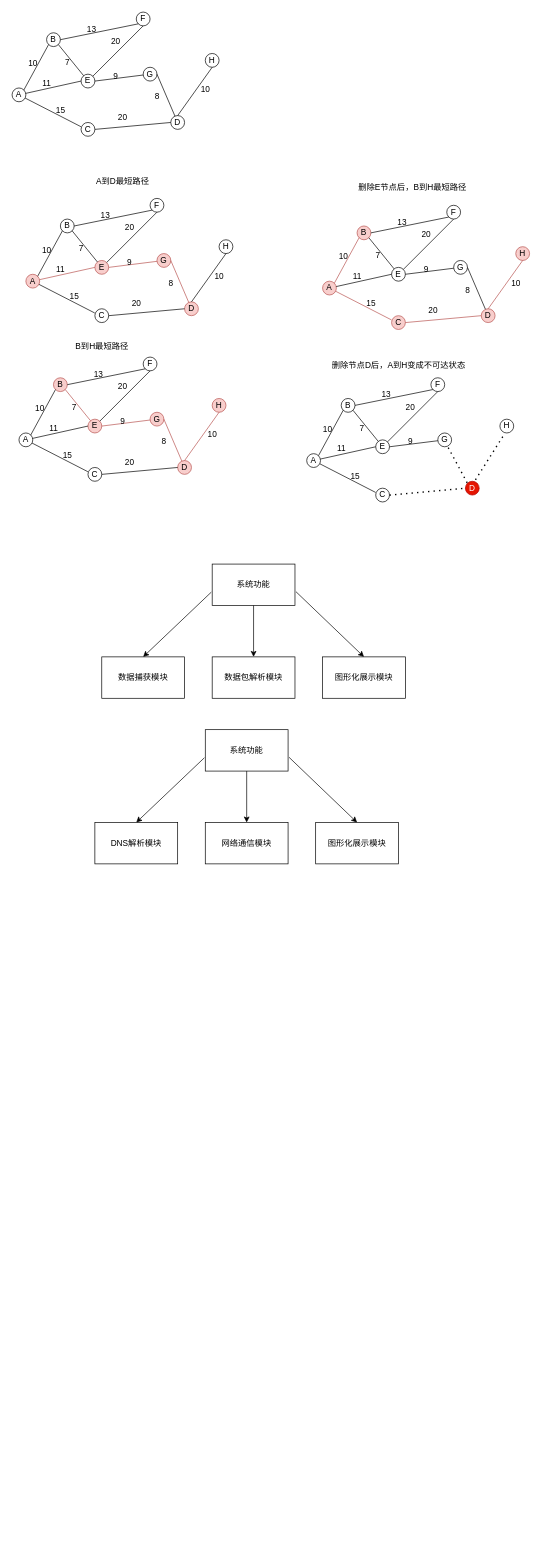
yyy-router/drawio keeps this draw.io diagram as homework.drawio. Above is the earlier version. Source tidied: cells renumbered, new cells numbered last; positions are measured from the earlier drawing's top-left corner, leaving out a move shared by most shapes. Both pictures are drawn from the tidied source at 69%, with x=0, y=0 at pixel (12, 12).
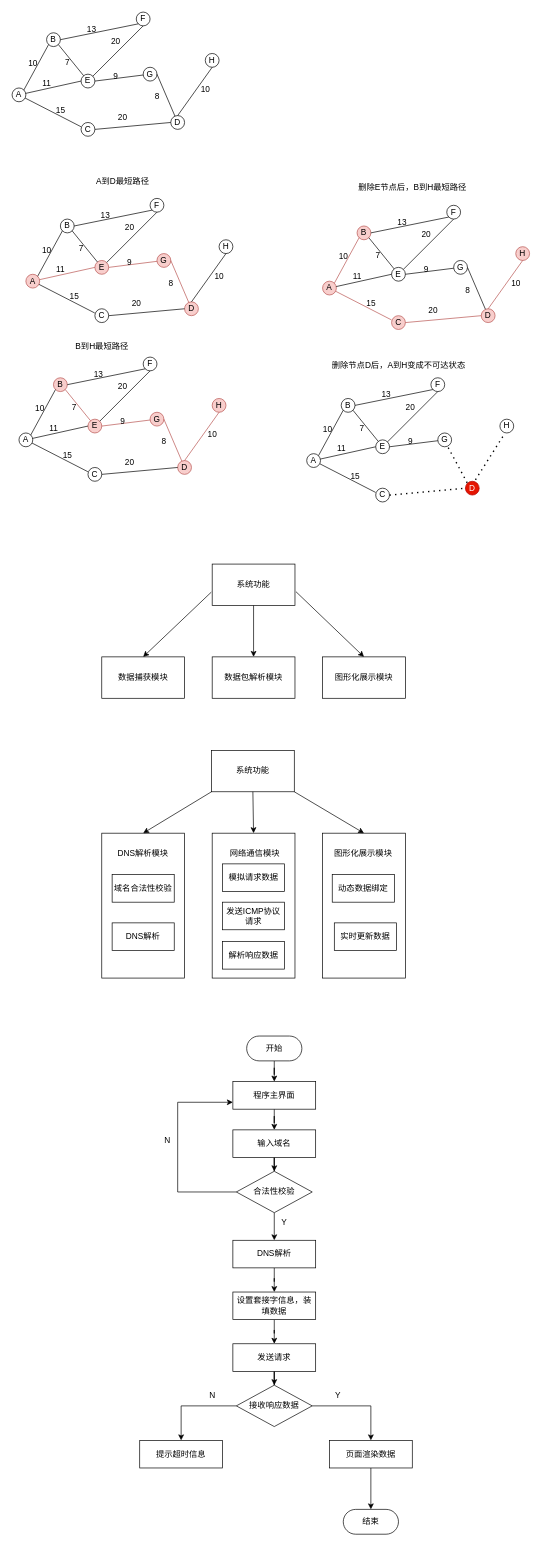
The same page after the edit.

Diff of the diagram source:
```diff
@@
+    <mxCell id="157" style="rounded=0;whiteSpace=wrap;html=1;" parent="1" vertex="1">
+      <mxGeometry x="130" y="1190" width="120" height="210" as="geometry" />
+    </mxCell>
@@
+    <mxCell id="153" value="系统功能" style="rounded=0;whiteSpace=wrap;html=1;" parent="1" vertex="1">
+      <mxGeometry x="289" y="1070" width="120" height="60" as="geometry" />
+    </mxCell>
-    <mxCell id="150" value="DNS解析模块" style="rounded=0;whiteSpace=wrap;html=1;" parent="1" vertex="1">
-      <mxGeometry x="120" y="1174.5" width="120" height="60" as="geometry" />
+    <mxCell id="150" value="DNS解析模块" style="text;html=1;align=center;verticalAlign=middle;whiteSpace=wrap;rounded=0;" parent="1" vertex="1">
+      <mxGeometry x="145" y="1204.5" width="90" height="30" as="geometry" />
     </mxCell>
+    <mxCell id="158" value="域名合法性校验" style="rounded=0;whiteSpace=wrap;html=1;" parent="1" vertex="1">
+      <mxGeometry x="145" y="1250" width="90" height="40" as="geometry" />
+    </mxCell>
+    <mxCell id="159" value="DNS解析" style="rounded=0;whiteSpace=wrap;html=1;" parent="1" vertex="1">
+      <mxGeometry x="145" y="1320" width="90" height="40" as="geometry" />
+    </mxCell>
+    <mxCell id="160" style="rounded=0;whiteSpace=wrap;html=1;" parent="1" vertex="1">
+      <mxGeometry x="290" y="1190" width="120" height="210" as="geometry" />
+    </mxCell>
-    <mxCell id="151" value="网络通信模块" style="rounded=0;whiteSpace=wrap;html=1;" parent="1" vertex="1">
-      <mxGeometry x="280" y="1174.5" width="120" height="60" as="geometry" />
+    <mxCell id="151" value="网络通信模块" style="text;html=1;align=center;verticalAlign=middle;whiteSpace=wrap;rounded=0;" parent="1" vertex="1">
+      <mxGeometry x="314" y="1204.5" width="76" height="30" as="geometry" />
     </mxCell>
+    <mxCell id="161" value="模拟请求数据" style="rounded=0;whiteSpace=wrap;html=1;" parent="1" vertex="1">
+      <mxGeometry x="305" y="1234.5" width="90" height="40" as="geometry" />
+    </mxCell>
+    <mxCell id="162" value="发送ICMP协议请求" style="rounded=0;whiteSpace=wrap;html=1;" parent="1" vertex="1">
+      <mxGeometry x="305" y="1290" width="90" height="40" as="geometry" />
+    </mxCell>
+    <mxCell id="163" value="解析响应数据" style="rounded=0;whiteSpace=wrap;html=1;" parent="1" vertex="1">
+      <mxGeometry x="305" y="1347" width="90" height="40" as="geometry" />
+    </mxCell>
+    <mxCell id="164" style="rounded=0;whiteSpace=wrap;html=1;" parent="1" vertex="1">
+      <mxGeometry x="450" y="1190" width="120" height="210" as="geometry" />
+    </mxCell>
-    <mxCell id="152" value="图形化展示模块" style="rounded=0;whiteSpace=wrap;html=1;" parent="1" vertex="1">
-      <mxGeometry x="440" y="1174.5" width="120" height="60" as="geometry" />
+    <mxCell id="152" value="图形化展示模块" style="text;html=1;align=center;verticalAlign=middle;whiteSpace=wrap;rounded=0;" parent="1" vertex="1">
+      <mxGeometry x="464" y="1204.5" width="90" height="30" as="geometry" />
     </mxCell>
-    <mxCell id="153" value="系统功能" style="rounded=0;whiteSpace=wrap;html=1;" parent="1" vertex="1">
-      <mxGeometry x="280" y="1040" width="120" height="60" as="geometry" />
-    </mxCell>
-    <mxCell id="154" style="endArrow=classic;html=1;rounded=0;exitX=-0.011;exitY=0.603;exitDx=0;exitDy=0;exitPerimeter=0;entryX=0.5;entryY=0;entryDx=0;entryDy=0;" parent="1" edge="1" target="150">
-      <mxGeometry relative="1" as="geometry">
-        <mxPoint x="278.7" y="1080.7" as="sourcePoint" />
-      </mxGeometry>
-    </mxCell>
-    <mxCell id="155" style="endArrow=classic;html=1;rounded=0;exitX=0.5;exitY=1;exitDx=0;exitDy=0;entryX=0.5;entryY=0;entryDx=0;entryDy=0;exitPerimeter=0;" parent="1" edge="1" source="153" target="151">
-      <mxGeometry relative="1" as="geometry" />
-    </mxCell>
-    <mxCell id="156" style="endArrow=classic;html=1;rounded=0;exitX=1.012;exitY=0.591;exitDx=0;exitDy=0;exitPerimeter=0;entryX=0.5;entryY=0;entryDx=0;entryDy=0;" parent="1" edge="1" target="152">
-      <mxGeometry relative="1" as="geometry">
-        <mxPoint x="401.4" y="1080" as="sourcePoint" />
-      </mxGeometry>
-    </mxCell>
+    <mxCell id="165" value="动态数据绑定" style="rounded=0;whiteSpace=wrap;html=1;" parent="1" vertex="1">
+      <mxGeometry x="464" y="1250" width="90" height="40" as="geometry" />
+    </mxCell>
+    <mxCell id="166" value="实时更新数据" style="rounded=0;whiteSpace=wrap;html=1;" parent="1" vertex="1">
+      <mxGeometry x="467" y="1320" width="90" height="40" as="geometry" />
+    </mxCell>
+    <mxCell id="167" style="endArrow=classic;html=1;rounded=0;exitX=0;exitY=1;exitDx=0;exitDy=0;entryX=0.5;entryY=0;entryDx=0;entryDy=0;" parent="1" edge="1" source="153" target="157">
+      <mxGeometry relative="1" as="geometry" />
+    </mxCell>
+    <mxCell id="168" style="endArrow=classic;html=1;rounded=0;exitX=1;exitY=1;exitDx=0;exitDy=0;entryX=0.5;entryY=0;entryDx=0;entryDy=0;" parent="1" edge="1" source="153" target="164">
+      <mxGeometry relative="1" as="geometry" />
+    </mxCell>
+    <mxCell id="169" style="endArrow=classic;html=1;rounded=0;exitX=0.5;exitY=1;exitDx=0;exitDy=0;entryX=0.5;entryY=0;entryDx=0;entryDy=0;" parent="1" edge="1" source="153" target="160">
+      <mxGeometry relative="1" as="geometry" />
+    </mxCell>
+    <mxCell id="170" style="edgeStyle=orthogonalEdgeStyle;rounded=0;jettySize=auto;html=1;" parent="1" edge="1" source="171" target="173">
+      <mxGeometry relative="1" as="geometry" />
+    </mxCell>
+    <mxCell id="171" value="开始" style="html=1;dashed=0;whiteSpace=wrap;shape=mxgraph.dfd.start;" parent="1" vertex="1">
+      <mxGeometry x="340" y="1484" width="80" height="36" as="geometry" />
+    </mxCell>
+    <mxCell id="172" style="edgeStyle=orthogonalEdgeStyle;rounded=0;jettySize=auto;html=1;" parent="1" edge="1" source="173" target="175">
+      <mxGeometry relative="1" as="geometry" />
+    </mxCell>
+    <mxCell id="173" value="程序主界面" style="rounded=0;whiteSpace=wrap;html=1;" parent="1" vertex="1">
+      <mxGeometry x="320" y="1550" width="120" height="40" as="geometry" />
+    </mxCell>
+    <mxCell id="174" style="edgeStyle=orthogonalEdgeStyle;rounded=0;jettySize=auto;html=1;" parent="1" edge="1" source="175" target="177">
+      <mxGeometry relative="1" as="geometry" />
+    </mxCell>
+    <mxCell id="175" value="输入域名" style="rounded=0;whiteSpace=wrap;html=1;" parent="1" vertex="1">
+      <mxGeometry x="320" y="1620" width="120" height="40" as="geometry" />
+    </mxCell>
+    <mxCell id="176" style="edgeStyle=orthogonalEdgeStyle;rounded=0;jettySize=auto;html=1;" parent="1" edge="1" source="177" target="181">
+      <mxGeometry relative="1" as="geometry" />
+    </mxCell>
+    <mxCell id="177" value="合法性校验" style="rhombus;whiteSpace=wrap;html=1;" parent="1" vertex="1">
+      <mxGeometry x="325" y="1680" width="110" height="60" as="geometry" />
+    </mxCell>
+    <mxCell id="178" style="endArrow=classic;html=1;rounded=0;exitX=0;exitY=0.5;exitDx=0;exitDy=0;entryX=0;entryY=0.75;entryDx=0;entryDy=0;" parent="1" edge="1" source="177" target="173">
+      <mxGeometry relative="1" as="geometry">
+        <Array as="points">
+          <mxPoint x="240" y="1710" />
+          <mxPoint x="240" y="1580" />
+        </Array>
+      </mxGeometry>
+    </mxCell>
+    <mxCell id="179" value="N" style="text;html=1;align=center;verticalAlign=middle;strokeColor=none;fillColor=none;" parent="1" vertex="1">
+      <mxGeometry x="210" y="1620" width="30" height="30" as="geometry" />
+    </mxCell>
+    <mxCell id="180" style="edgeStyle=orthogonalEdgeStyle;rounded=0;jettySize=auto;html=1;entryX=0.5;entryY=0;entryDx=0;entryDy=0;" parent="1" edge="1" source="181" target="184">
+      <mxGeometry relative="1" as="geometry" />
+    </mxCell>
+    <mxCell id="181" value="DNS解析" style="rounded=0;whiteSpace=wrap;html=1;" parent="1" vertex="1">
+      <mxGeometry x="320" y="1780" width="120" height="40" as="geometry" />
+    </mxCell>
+    <mxCell id="182" value="Y" style="text;html=1;align=center;verticalAlign=middle;strokeColor=none;fillColor=none;" parent="1" vertex="1">
+      <mxGeometry x="379" y="1740" width="30" height="30" as="geometry" />
+    </mxCell>
+    <mxCell id="183" style="edgeStyle=orthogonalEdgeStyle;rounded=0;jettySize=auto;html=1;" parent="1" edge="1" source="184" target="186">
+      <mxGeometry relative="1" as="geometry" />
+    </mxCell>
+    <mxCell id="184" value="设置套接字信息，装填数据" style="rounded=0;whiteSpace=wrap;html=1;" parent="1" vertex="1">
+      <mxGeometry x="320" y="1855" width="120" height="40" as="geometry" />
+    </mxCell>
+    <mxCell id="185" style="edgeStyle=orthogonalEdgeStyle;rounded=0;jettySize=auto;html=1;" parent="1" edge="1" source="186" target="188">
+      <mxGeometry relative="1" as="geometry" />
+    </mxCell>
+    <mxCell id="186" value="发送请求" style="rounded=0;whiteSpace=wrap;html=1;" parent="1" vertex="1">
+      <mxGeometry x="320" y="1930" width="120" height="40" as="geometry" />
+    </mxCell>
+    <mxCell id="187" value="提示超时信息" style="rounded=0;whiteSpace=wrap;html=1;" parent="1" vertex="1">
+      <mxGeometry x="185" y="2070" width="120" height="40" as="geometry" />
+    </mxCell>
+    <mxCell id="188" value="接收响应数据" style="rhombus;whiteSpace=wrap;html=1;" parent="1" vertex="1">
+      <mxGeometry x="325" y="1990" width="110" height="60" as="geometry" />
+    </mxCell>
+    <mxCell id="189" style="endArrow=classic;html=1;rounded=0;exitX=0;exitY=0.5;exitDx=0;exitDy=0;entryX=0.5;entryY=0;entryDx=0;entryDy=0;" parent="1" edge="1" source="188" target="187">
+      <mxGeometry relative="1" as="geometry">
+        <Array as="points">
+          <mxPoint x="245" y="2020" />
+        </Array>
+      </mxGeometry>
+    </mxCell>
+    <mxCell id="190" value="N" style="text;html=1;align=center;verticalAlign=middle;strokeColor=none;fillColor=none;" parent="1" vertex="1">
+      <mxGeometry x="275" y="1990" width="30" height="30" as="geometry" />
+    </mxCell>
+    <mxCell id="191" style="edgeStyle=orthogonalEdgeStyle;rounded=0;jettySize=auto;html=1;" parent="1" edge="1" source="192" target="194">
+      <mxGeometry relative="1" as="geometry" />
+    </mxCell>
+    <mxCell id="192" value="页面渲染数据" style="rounded=0;whiteSpace=wrap;html=1;" parent="1" vertex="1">
+      <mxGeometry x="460" y="2070" width="120" height="40" as="geometry" />
+    </mxCell>
+    <mxCell id="193" style="edgeStyle=orthogonalEdgeStyle;rounded=0;jettySize=auto;html=1;entryX=0.5;entryY=0;entryDx=0;entryDy=0;" parent="1" edge="1" source="188" target="192">
+      <mxGeometry relative="1" as="geometry" />
+    </mxCell>
+    <mxCell id="194" value="结束" style="html=1;dashed=0;whiteSpace=wrap;shape=mxgraph.dfd.start;" parent="1" vertex="1">
+      <mxGeometry x="480" y="2170" width="80" height="36" as="geometry" />
+    </mxCell>
+    <mxCell id="195" value="Y" style="text;html=1;align=center;verticalAlign=middle;strokeColor=none;fillColor=none;" parent="1" vertex="1">
+      <mxGeometry x="457" y="1990" width="30" height="30" as="geometry" />
+    </mxCell>
```
